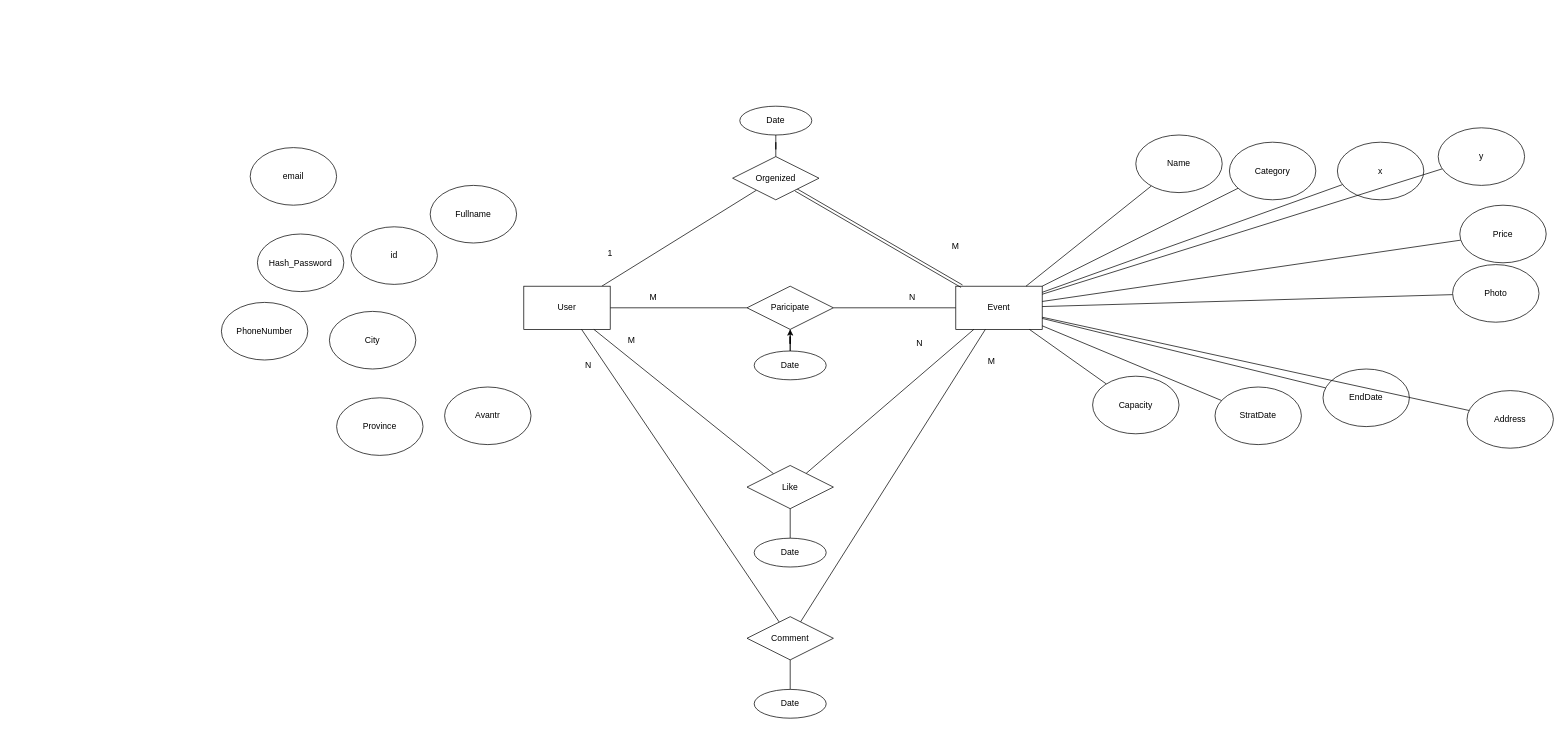
Earlier version of the draw.io diagram Evand.drawio (MAliEmami/Evand). Source tidied: cells renumbered, new cells numbered last; positions are measured from the earlier drawing's top-left corner, leaving out a move shared by most shapes. Both pictures are drawn from the tidied source at 72%, with x=0, y=0 at pixel (221, 106).
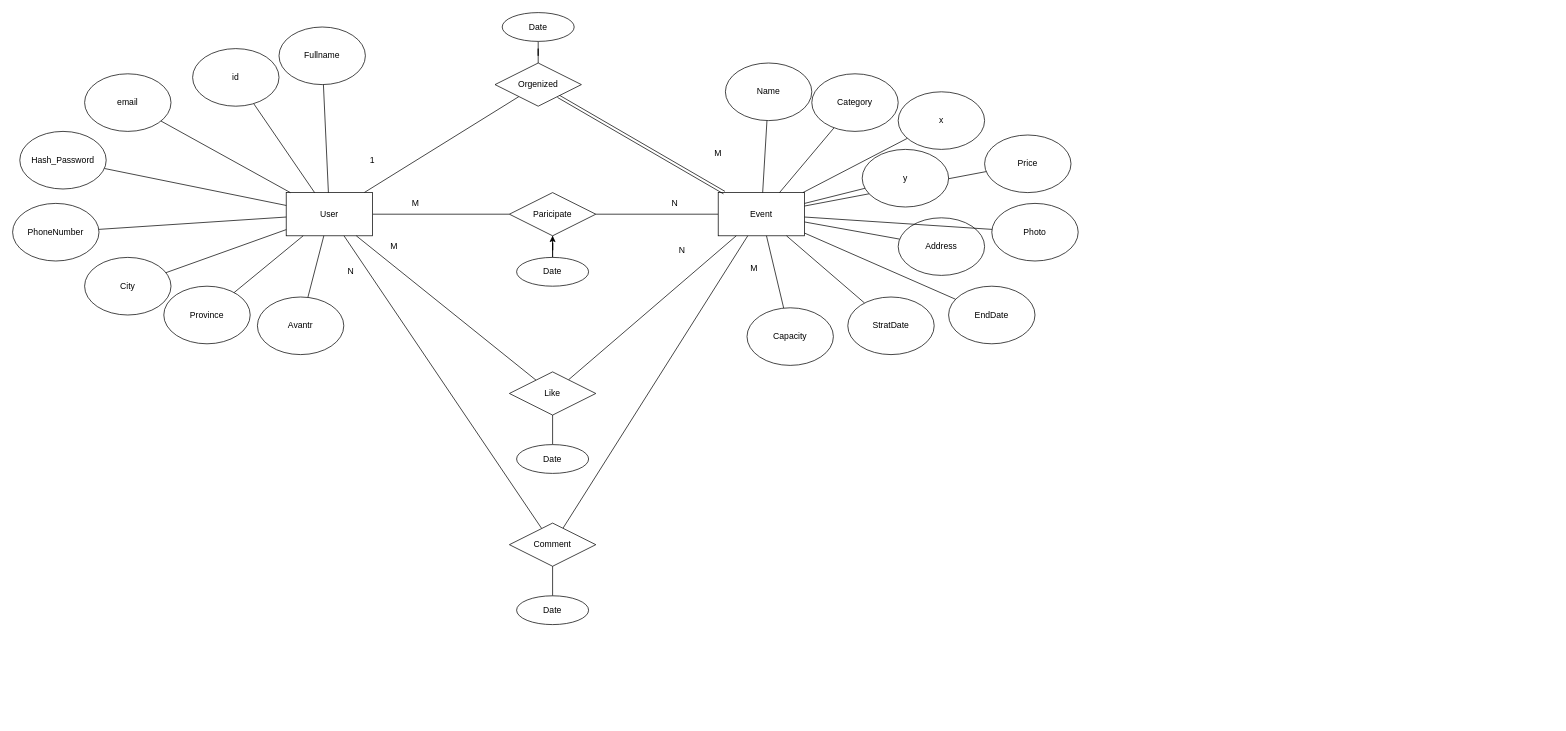
Above is the later version.

Diff of the diagram source:
```diff
@@
     <mxCell id="4" value="&lt;div&gt;User&lt;/div&gt;" style="rounded=0;whiteSpace=wrap;html=1;" parent="1" vertex="1">
-      <mxGeometry x="420" y="250" width="120" height="60" as="geometry" />
+      <mxGeometry x="90" y="120" width="120" height="60" as="geometry" />
     </mxCell>
@@
     <mxCell id="6" value="&lt;div&gt;Event&lt;/div&gt;" style="rounded=0;whiteSpace=wrap;html=1;" parent="1" vertex="1">
-      <mxGeometry x="1020" y="250" width="120" height="60" as="geometry" />
+      <mxGeometry x="690" y="120" width="120" height="60" as="geometry" />
     </mxCell>
@@
     <mxCell id="8" value="&lt;div&gt;Name&lt;/div&gt;" style="ellipse;whiteSpace=wrap;html=1;" parent="1" vertex="1">
-      <mxGeometry x="1270" y="40" width="120" height="80" as="geometry" />
+      <mxGeometry x="700" y="-60" width="120" height="80" as="geometry" />
     </mxCell>
@@
     <mxCell id="10" value="&lt;div&gt;Category&lt;/div&gt;" style="ellipse;whiteSpace=wrap;html=1;" parent="1" vertex="1">
-      <mxGeometry x="1400" y="50" width="120" height="80" as="geometry" />
+      <mxGeometry x="820" y="-45" width="120" height="80" as="geometry" />
     </mxCell>
@@
     <mxCell id="12" value="&lt;div&gt;StratDate&lt;/div&gt;" style="ellipse;whiteSpace=wrap;html=1;" parent="1" vertex="1">
-      <mxGeometry x="1380" y="390" width="120" height="80" as="geometry" />
+      <mxGeometry x="870" y="265" width="120" height="80" as="geometry" />
     </mxCell>
@@
     <mxCell id="14" value="EndDate" style="ellipse;whiteSpace=wrap;html=1;" parent="1" vertex="1">
-      <mxGeometry x="1530" y="365" width="120" height="80" as="geometry" />
+      <mxGeometry x="1010" y="250" width="120" height="80" as="geometry" />
     </mxCell>
@@
     <mxCell id="16" value="x" style="ellipse;whiteSpace=wrap;html=1;" parent="1" vertex="1">
-      <mxGeometry x="1550" y="50" width="120" height="80" as="geometry" />
+      <mxGeometry x="940" y="-20" width="120" height="80" as="geometry" />
     </mxCell>
@@
     <mxCell id="18" value="&lt;div&gt;Price&lt;/div&gt;" style="ellipse;whiteSpace=wrap;html=1;" parent="1" vertex="1">
-      <mxGeometry x="1720" y="137.5" width="120" height="80" as="geometry" />
+      <mxGeometry x="1060" y="40" width="120" height="80" as="geometry" />
     </mxCell>
@@
     <mxCell id="20" value="Address" style="ellipse;whiteSpace=wrap;html=1;" parent="1" vertex="1">
-      <mxGeometry x="1730" y="395" width="120" height="80" as="geometry" />
+      <mxGeometry x="940" y="155" width="120" height="80" as="geometry" />
     </mxCell>
@@
     <mxCell id="22" value="y" style="ellipse;whiteSpace=wrap;html=1;" parent="1" vertex="1">
-      <mxGeometry x="1690" y="30" width="120" height="80" as="geometry" />
+      <mxGeometry x="890" y="60" width="120" height="80" as="geometry" />
     </mxCell>
@@
     <mxCell id="24" value="Capacity" style="ellipse;whiteSpace=wrap;html=1;" parent="1" vertex="1">
-      <mxGeometry x="1210" y="375" width="120" height="80" as="geometry" />
+      <mxGeometry x="730" y="280" width="120" height="80" as="geometry" />
     </mxCell>
@@
     <mxCell id="26" value="Photo" style="ellipse;whiteSpace=wrap;html=1;" parent="1" vertex="1">
-      <mxGeometry x="1710" y="220" width="120" height="80" as="geometry" />
+      <mxGeometry x="1070" y="135" width="120" height="80" as="geometry" />
     </mxCell>
@@
     <mxCell id="28" value="Orgenized" style="shape=rhombus;perimeter=rhombusPerimeter;whiteSpace=wrap;html=1;align=center;" parent="1" vertex="1">
-      <mxGeometry x="710" y="70" width="120" height="60" as="geometry" />
+      <mxGeometry x="380" y="-60" width="120" height="60" as="geometry" />
     </mxCell>
     <mxCell id="29" value="Paricipate" style="shape=rhombus;perimeter=rhombusPerimeter;whiteSpace=wrap;html=1;align=center;" parent="1" vertex="1">
-      <mxGeometry x="730" y="250" width="120" height="60" as="geometry" />
+      <mxGeometry x="400" y="120" width="120" height="60" as="geometry" />
     </mxCell>
@@
     <mxCell id="32" value="Date" style="ellipse;whiteSpace=wrap;html=1;align=center;" parent="1" vertex="1">
-      <mxGeometry x="740" y="340" width="100" height="40" as="geometry" />
+      <mxGeometry x="410" y="210" width="100" height="40" as="geometry" />
     </mxCell>
@@
     <mxCell id="34" value="Date" style="ellipse;whiteSpace=wrap;html=1;align=center;" parent="1" vertex="1">
-      <mxGeometry x="720" width="100" height="40" as="geometry" />
+      <mxGeometry x="390" y="-130" width="100" height="40" as="geometry" />
     </mxCell>
@@
     <mxCell id="37" value="Like" style="shape=rhombus;perimeter=rhombusPerimeter;whiteSpace=wrap;html=1;align=center;" parent="1" vertex="1">
-      <mxGeometry x="730" y="499" width="120" height="60" as="geometry" />
+      <mxGeometry x="400" y="369" width="120" height="60" as="geometry" />
     </mxCell>
@@
     <mxCell id="39" value="Date" style="ellipse;whiteSpace=wrap;html=1;align=center;" parent="1" vertex="1">
-      <mxGeometry x="740" y="600" width="100" height="40" as="geometry" />
+      <mxGeometry x="410" y="470" width="100" height="40" as="geometry" />
     </mxCell>
     <mxCell id="40" value="M" style="text;strokeColor=none;align=center;fillColor=none;html=1;verticalAlign=middle;whiteSpace=wrap;rounded=0;" parent="1" vertex="1">
-      <mxGeometry x="990" y="180" width="60" height="30" as="geometry" />
+      <mxGeometry x="660" y="50" width="60" height="30" as="geometry" />
     </mxCell>
     <mxCell id="41" value="M" style="text;strokeColor=none;align=center;fillColor=none;html=1;verticalAlign=middle;whiteSpace=wrap;rounded=0;" parent="1" vertex="1">
-      <mxGeometry x="570" y="250" width="60" height="30" as="geometry" />
+      <mxGeometry x="240" y="120" width="60" height="30" as="geometry" />
     </mxCell>
     <mxCell id="42" value="M" style="text;strokeColor=none;align=center;fillColor=none;html=1;verticalAlign=middle;whiteSpace=wrap;rounded=0;" parent="1" vertex="1">
-      <mxGeometry x="1040" y="340" width="60" height="30" as="geometry" />
+      <mxGeometry x="710" y="210" width="60" height="30" as="geometry" />
     </mxCell>
     <mxCell id="43" value="1" style="text;strokeColor=none;align=center;fillColor=none;html=1;verticalAlign=middle;whiteSpace=wrap;rounded=0;" parent="1" vertex="1">
-      <mxGeometry x="510" y="190" width="60" height="30" as="geometry" />
+      <mxGeometry x="180" y="60" width="60" height="30" as="geometry" />
     </mxCell>
     <mxCell id="44" value="N" style="text;strokeColor=none;align=center;fillColor=none;html=1;verticalAlign=middle;whiteSpace=wrap;rounded=0;" parent="1" vertex="1">
-      <mxGeometry x="930" y="250" width="60" height="30" as="geometry" />
+      <mxGeometry x="600" y="120" width="60" height="30" as="geometry" />
     </mxCell>
     <mxCell id="45" value="N" style="text;strokeColor=none;align=center;fillColor=none;html=1;verticalAlign=middle;whiteSpace=wrap;rounded=0;" parent="1" vertex="1">
-      <mxGeometry x="480" y="345" width="60" height="30" as="geometry" />
+      <mxGeometry x="150" y="215" width="60" height="30" as="geometry" />
     </mxCell>
+    <mxCell id="61" style="rounded=0;jettySize=auto;html=1;endArrow=none;endFill=0;" parent="1" edge="1" source="46" target="4">
+      <mxGeometry relative="1" as="geometry" />
+    </mxCell>
     <mxCell id="46" value="email" style="ellipse;whiteSpace=wrap;html=1;" parent="1" vertex="1">
-      <mxGeometry x="40" y="57.5" width="120" height="80" as="geometry" />
+      <mxGeometry x="-190" y="-45" width="120" height="80" as="geometry" />
     </mxCell>
+    <mxCell id="62" style="rounded=0;jettySize=auto;html=1;endArrow=none;endFill=0;" parent="1" edge="1" source="47" target="4">
+      <mxGeometry relative="1" as="geometry" />
+    </mxCell>
     <mxCell id="47" value="id" style="ellipse;whiteSpace=wrap;html=1;" parent="1" vertex="1">
-      <mxGeometry x="180" y="167.5" width="120" height="80" as="geometry" />
+      <mxGeometry x="-40" y="-80" width="120" height="80" as="geometry" />
     </mxCell>
+    <mxCell id="63" style="rounded=0;jettySize=auto;html=1;endArrow=none;endFill=0;" parent="1" edge="1" source="48" target="4">
+      <mxGeometry relative="1" as="geometry" />
+    </mxCell>
     <mxCell id="48" value="Hash_Password" style="ellipse;whiteSpace=wrap;html=1;" parent="1" vertex="1">
-      <mxGeometry x="50" y="177.5" width="120" height="80" as="geometry" />
+      <mxGeometry x="-280" y="35" width="120" height="80" as="geometry" />
     </mxCell>
+    <mxCell id="64" style="rounded=0;jettySize=auto;html=1;endArrow=none;endFill=0;" parent="1" edge="1" source="49" target="4">
+      <mxGeometry relative="1" as="geometry" />
+    </mxCell>
     <mxCell id="49" value="Fullname" style="ellipse;whiteSpace=wrap;html=1;" parent="1" vertex="1">
-      <mxGeometry x="290" y="110" width="120" height="80" as="geometry" />
+      <mxGeometry x="80" y="-110" width="120" height="80" as="geometry" />
     </mxCell>
+    <mxCell id="65" style="rounded=0;jettySize=auto;html=1;endArrow=none;endFill=0;" parent="1" edge="1" source="50" target="4">
+      <mxGeometry relative="1" as="geometry" />
+    </mxCell>
     <mxCell id="50" value="PhoneNumber" style="ellipse;whiteSpace=wrap;html=1;" parent="1" vertex="1">
-      <mxGeometry y="272.5" width="120" height="80" as="geometry" />
+      <mxGeometry x="-290" y="135" width="120" height="80" as="geometry" />
     </mxCell>
+    <mxCell id="66" style="rounded=0;jettySize=auto;html=1;endArrow=none;endFill=0;" parent="1" edge="1" source="51" target="4">
+      <mxGeometry relative="1" as="geometry" />
+    </mxCell>
     <mxCell id="51" value="City" style="ellipse;whiteSpace=wrap;html=1;" parent="1" vertex="1">
-      <mxGeometry x="150" y="285" width="120" height="80" as="geometry" />
+      <mxGeometry x="-190" y="210" width="120" height="80" as="geometry" />
     </mxCell>
+    <mxCell id="67" style="rounded=0;jettySize=auto;html=1;endArrow=none;endFill=0;" parent="1" edge="1" source="52" target="4">
+      <mxGeometry relative="1" as="geometry" />
+    </mxCell>
     <mxCell id="52" value="Avantr" style="ellipse;whiteSpace=wrap;html=1;" parent="1" vertex="1">
-      <mxGeometry x="310" y="390" width="120" height="80" as="geometry" />
+      <mxGeometry x="50" y="265" width="120" height="80" as="geometry" />
     </mxCell>
+    <mxCell id="68" style="rounded=0;jettySize=auto;html=1;endArrow=none;endFill=0;" parent="1" edge="1" source="53" target="4">
+      <mxGeometry relative="1" as="geometry" />
+    </mxCell>
     <mxCell id="53" value="Province" style="ellipse;whiteSpace=wrap;html=1;" parent="1" vertex="1">
-      <mxGeometry x="160" y="405" width="120" height="80" as="geometry" />
+      <mxGeometry x="-80" y="250" width="120" height="80" as="geometry" />
     </mxCell>
@@
     <mxCell id="56" value="Comment" style="shape=rhombus;perimeter=rhombusPerimeter;whiteSpace=wrap;html=1;align=center;" parent="1" vertex="1">
-      <mxGeometry x="730" y="709" width="120" height="60" as="geometry" />
+      <mxGeometry x="400" y="579" width="120" height="60" as="geometry" />
     </mxCell>
@@
     <mxCell id="58" value="Date" style="ellipse;whiteSpace=wrap;html=1;align=center;" parent="1" vertex="1">
-      <mxGeometry x="740" y="810" width="100" height="40" as="geometry" />
+      <mxGeometry x="410" y="680" width="100" height="40" as="geometry" />
     </mxCell>
     <mxCell id="59" value="M" style="text;strokeColor=none;align=center;fillColor=none;html=1;verticalAlign=middle;whiteSpace=wrap;rounded=0;" parent="1" vertex="1">
-      <mxGeometry x="540" y="310" width="60" height="30" as="geometry" />
+      <mxGeometry x="210" y="180" width="60" height="30" as="geometry" />
     </mxCell>
     <mxCell id="60" value="N" style="text;strokeColor=none;align=center;fillColor=none;html=1;verticalAlign=middle;whiteSpace=wrap;rounded=0;" parent="1" vertex="1">
-      <mxGeometry x="940" y="315" width="60" height="30" as="geometry" />
+      <mxGeometry x="610" y="185" width="60" height="30" as="geometry" />
     </mxCell>
```
